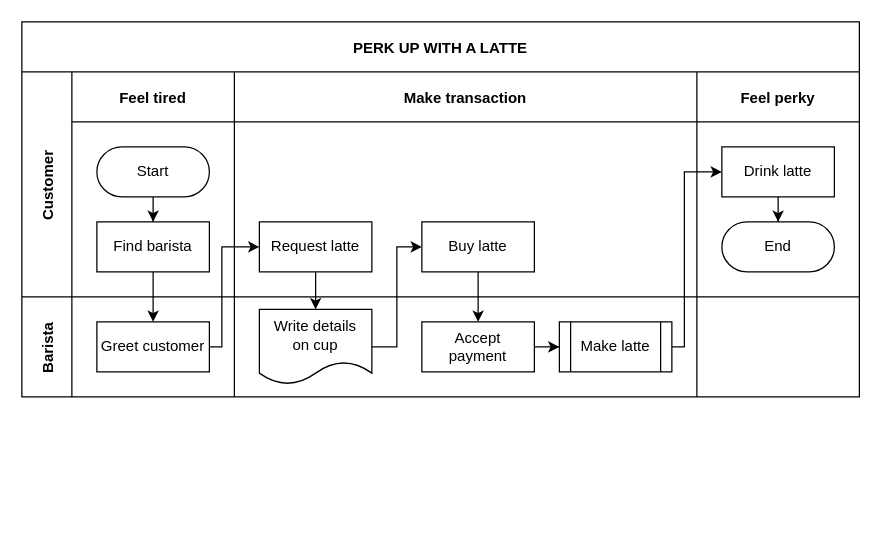
Above: Section_builder.drawio in dmiAnd/Common (draw.io), before the change. Source tidied: cells renumbered, new cells numbered last; positions are measured from the earlier drawing's top-left corner, leaving out a move shared by most shapes. Both pictures are drawn from the tidied source at 125%, with x=0, y=0 at pixel (21, 21).
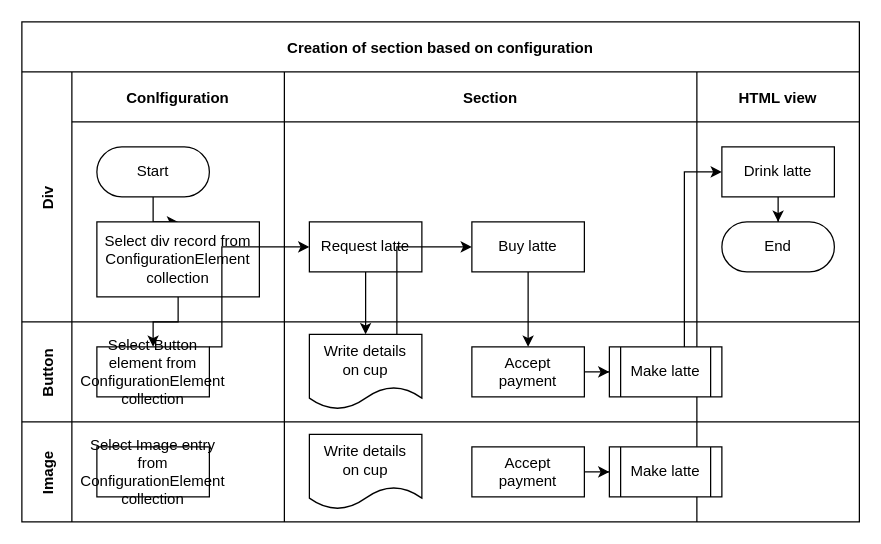
Above is the later version.

Diff of the diagram source:
```diff
@@
-    <mxCell id="2" value="PERK UP WITH A LATTE" style="shape=table;childLayout=tableLayout;startSize=40;fillColor=none;fontStyle=1;" parent="1" vertex="1">
-      <mxGeometry width="670" height="300" as="geometry" />
+    <mxCell id="2" value="Creation of section based on configuration" style="shape=table;childLayout=tableLayout;startSize=40;fillColor=none;fontStyle=1;" parent="1" vertex="1">
+      <mxGeometry width="670" height="400" as="geometry" />
     </mxCell>
@@
-    <mxCell id="4" value="Customer" style="shape=tableRow;horizontal=0;swimlaneHead=0;swimlaneBody=0;top=0;left=0;bottom=0;right=0;fillColor=none;startSize=40;fontStyle=1;" parent="2" vertex="1">
-      <mxGeometry y="40" width="670" height="180" as="geometry" />
+    <mxCell id="4" value="Div" style="shape=tableRow;horizontal=0;swimlaneHead=0;swimlaneBody=0;top=0;left=0;bottom=0;right=0;fillColor=none;startSize=40;fontStyle=1;" parent="2" vertex="1">
+      <mxGeometry y="40" width="670" height="200" as="geometry" />
     </mxCell>
-    <mxCell id="5" value="Feel tired" style="swimlane;swimlaneHead=0;swimlaneBody=0;fillColor=none;startSize=40;fontStyle=1;" parent="4" vertex="1">
-      <mxGeometry x="40" width="130" height="180" as="geometry" />
+    <mxCell id="5" value="Conlfiguration" style="swimlane;swimlaneHead=0;swimlaneBody=0;fillColor=none;startSize=40;fontStyle=1;" parent="4" vertex="1">
+      <mxGeometry x="40" width="170" height="200" as="geometry" />
     </mxCell>
@@
-    <mxCell id="8" value="Find barista" style="rounded=0;whiteSpace=wrap;html=1;" parent="5" vertex="1">
-      <mxGeometry x="20" y="120" width="90" height="40" as="geometry" />
+    <mxCell id="8" value="Select div record from ConfigurationElement collection" style="rounded=0;whiteSpace=wrap;html=1;" parent="5" vertex="1">
+      <mxGeometry x="20" y="120" width="130" height="60" as="geometry" />
     </mxCell>
-    <mxCell id="9" value="Make transaction" style="swimlane;swimlaneHead=0;swimlaneBody=0;fillColor=none;startSize=40;fontStyle=1;" parent="4" vertex="1">
-      <mxGeometry x="170" width="370" height="180" as="geometry" />
+    <mxCell id="9" value="Section" style="swimlane;swimlaneHead=0;swimlaneBody=0;fillColor=none;startSize=40;fontStyle=1;" parent="4" vertex="1">
+      <mxGeometry x="210" width="330" height="200" as="geometry" />
     </mxCell>
@@
-    <mxCell id="12" value="Feel perky" style="swimlane;swimlaneHead=0;swimlaneBody=0;fillColor=none;startSize=40;fontStyle=1;" parent="4" vertex="1">
-      <mxGeometry x="540" width="130" height="180" as="geometry" />
+    <mxCell id="12" value="HTML view" style="swimlane;swimlaneHead=0;swimlaneBody=0;fillColor=none;startSize=40;fontStyle=1;" parent="4" vertex="1">
+      <mxGeometry x="540" width="130" height="200" as="geometry" />
     </mxCell>
@@
-    <mxCell id="16" value="Barista" style="shape=tableRow;horizontal=0;swimlaneHead=0;swimlaneBody=0;top=0;left=0;bottom=0;right=0;fillColor=none;startSize=40;fontStyle=1;" parent="2" vertex="1">
-      <mxGeometry y="220" width="670" height="80" as="geometry" />
+    <mxCell id="16" value="Button" style="shape=tableRow;horizontal=0;swimlaneHead=0;swimlaneBody=0;top=0;left=0;bottom=0;right=0;fillColor=none;startSize=40;fontStyle=1;" parent="2" vertex="1">
+      <mxGeometry y="240" width="670" height="80" as="geometry" />
     </mxCell>
     <mxCell id="17" style="swimlane;swimlaneHead=0;swimlaneBody=0;fillColor=none;startSize=0;fontStyle=1;" parent="16" vertex="1">
-      <mxGeometry x="40" width="130" height="80" as="geometry" />
+      <mxGeometry x="40" width="170" height="80" as="geometry" />
     </mxCell>
-    <mxCell id="18" value="Greet customer" style="rounded=0;whiteSpace=wrap;html=1;" parent="17" vertex="1">
+    <mxCell id="18" value="Select Button element from ConfigurationElement collection" style="rounded=0;whiteSpace=wrap;html=1;" parent="17" vertex="1">
       <mxGeometry x="20" y="20" width="90" height="40" as="geometry" />
     </mxCell>
     <mxCell id="19" style="swimlane;swimlaneHead=0;swimlaneBody=0;fillColor=none;startSize=0;fontStyle=1;" parent="16" vertex="1">
-      <mxGeometry x="170" width="370" height="80" as="geometry" />
+      <mxGeometry x="210" width="330" height="80" as="geometry" />
     </mxCell>
@@
+    <mxCell id="30" value="Image" style="shape=tableRow;horizontal=0;swimlaneHead=0;swimlaneBody=0;top=0;left=0;bottom=0;right=0;fillColor=none;startSize=40;fontStyle=1;" parent="2" vertex="1">
+      <mxGeometry y="320" width="670" height="80" as="geometry" />
+    </mxCell>
+    <mxCell id="31" style="swimlane;swimlaneHead=0;swimlaneBody=0;fillColor=none;startSize=0;fontStyle=1;" parent="30" vertex="1">
+      <mxGeometry x="40" width="170" height="80" as="geometry" />
+    </mxCell>
+    <mxCell id="32" value="Select Image entry from ConfigurationElement collection" style="rounded=0;whiteSpace=wrap;html=1;" parent="31" vertex="1">
+      <mxGeometry x="20" y="20" width="90" height="40" as="geometry" />
+    </mxCell>
+    <mxCell id="33" style="swimlane;swimlaneHead=0;swimlaneBody=0;fillColor=none;startSize=0;fontStyle=1;" parent="30" vertex="1">
+      <mxGeometry x="210" width="330" height="80" as="geometry" />
+    </mxCell>
+    <mxCell id="34" style="edgeStyle=orthogonalEdgeStyle;rounded=0;jettySize=auto;html=1;" parent="33" edge="1" source="35" target="37">
+      <mxGeometry relative="1" as="geometry" />
+    </mxCell>
+    <mxCell id="35" value="Accept&lt;br&gt;payment" style="rounded=0;whiteSpace=wrap;html=1;" parent="33" vertex="1">
+      <mxGeometry x="150" y="20" width="90" height="40" as="geometry" />
+    </mxCell>
+    <mxCell id="36" value="Write details&lt;br&gt;on cup" style="shape=document;whiteSpace=wrap;html=1;boundedLbl=1;" parent="33" vertex="1">
+      <mxGeometry x="20" y="10" width="90" height="60" as="geometry" />
+    </mxCell>
+    <mxCell id="37" value="Make latte" style="shape=process;whiteSpace=wrap;html=1;backgroundOutline=1;" parent="33" vertex="1">
+      <mxGeometry x="260" y="20" width="90" height="40" as="geometry" />
+    </mxCell>
+    <mxCell id="38" style="swimlane;swimlaneHead=0;swimlaneBody=0;fillColor=none;startSize=0;fontStyle=1;" parent="30" vertex="1">
+      <mxGeometry x="540" width="130" height="80" as="geometry" />
+    </mxCell>
```
